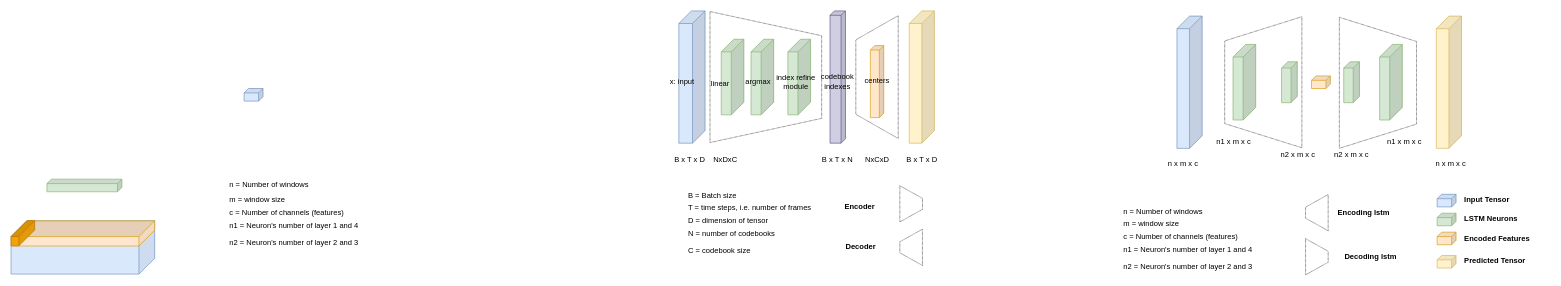
Earlier version of the draw.io diagram autoencoder_lstm.drawio (glynpu/Neural-Network-Architecture-Diagrams). Source tidied: cells renumbered, new cells numbered last; positions are measured from the earlier drawing's top-left corner, leaving out a move shared by most shapes. Both pictures are drawn from the tidied source at 63%, with x=0, y=0 at pixel (10, 11).
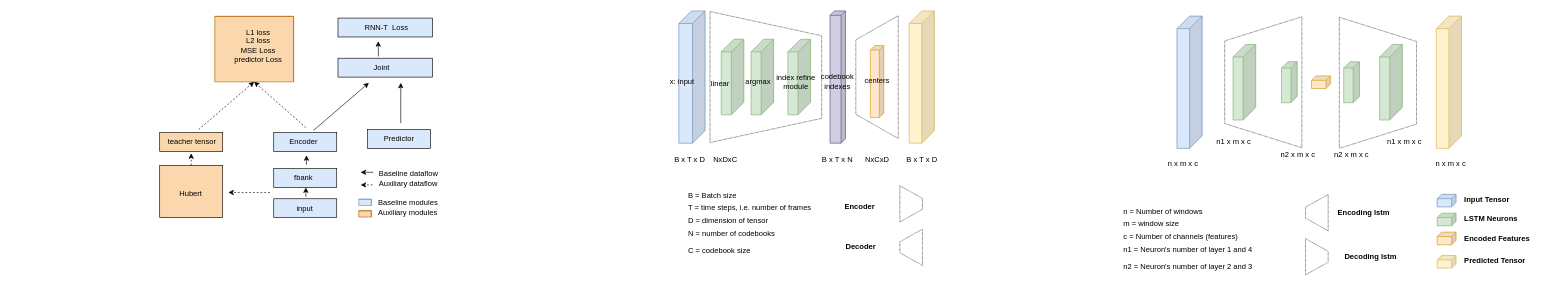
Above is the later version.

Change to the diagram source:
```diff
@@
+    <mxCell id="73" style="rounded=0;whiteSpace=wrap;html=1;labelBackgroundColor=#ffffff;fontSize=12;fontColor=none;fillColor=#DAE8FC;" parent="1" vertex="1">
+      <mxGeometry x="520" y="11.2" width="150" height="30" as="geometry" />
+    </mxCell>
+    <mxCell id="74" style="rounded=0;whiteSpace=wrap;html=1;labelBackgroundColor=#ffffff;fontSize=12;fontColor=none;fillColor=#DAE8FC;" parent="1" vertex="1">
+      <mxGeometry x="520" y="74.9" width="150" height="30" as="geometry" />
+    </mxCell>
+    <mxCell id="75" style="rounded=0;whiteSpace=wrap;html=1;labelBackgroundColor=#ffffff;fontSize=12;fontColor=none;fillColor=#DAE8FC;" parent="1" vertex="1">
+      <mxGeometry x="567" y="188" width="100" height="30" as="geometry" />
+    </mxCell>
@@
-    <mxCell id="36" value="n = Number of windows&amp;nbsp;" style="text;html=1;strokeColor=none;fillColor=none;align=left;verticalAlign=middle;whiteSpace=wrap;rounded=0;dashed=1;dashPattern=1 1;" parent="1" vertex="1">
-      <mxGeometry x="345.8" y="265.9" width="156.5" height="20" as="geometry" />
-    </mxCell>
-    <mxCell id="37" value="m = window size&amp;nbsp;&amp;nbsp;" style="text;html=1;strokeColor=none;fillColor=none;align=left;verticalAlign=middle;whiteSpace=wrap;rounded=0;dashed=1;dashPattern=1 1;" parent="1" vertex="1">
-      <mxGeometry x="345.8" y="290" width="140" height="20" as="geometry" />
-    </mxCell>
-    <mxCell id="38" value="c = Number of channels (features)&amp;nbsp;" style="text;html=1;strokeColor=none;fillColor=none;align=left;verticalAlign=middle;whiteSpace=wrap;rounded=0;dashed=1;dashPattern=1 1;" parent="1" vertex="1">
-      <mxGeometry x="345.8" y="310" width="211" height="20" as="geometry" />
-    </mxCell>
-    <mxCell id="39" value="n1 = Neuron's number of layer 1 and 4&amp;nbsp;" style="text;html=1;strokeColor=none;fillColor=none;align=left;verticalAlign=middle;whiteSpace=wrap;rounded=0;dashed=1;dashPattern=1 1;" parent="1" vertex="1">
-      <mxGeometry x="345.8" y="331" width="221" height="20" as="geometry" />
-    </mxCell>
-    <mxCell id="40" value="n2 = Neuron's number of layer 2 and 3&amp;nbsp;" style="text;html=1;strokeColor=none;fillColor=none;align=left;verticalAlign=middle;whiteSpace=wrap;rounded=0;dashed=1;dashPattern=1 1;" parent="1" vertex="1">
-      <mxGeometry x="345.8" y="358.1" width="221" height="20" as="geometry" />
-    </mxCell>
-    <mxCell id="41" style="shape=cube;whiteSpace=wrap;html=1;boundedLbl=1;backgroundOutline=1;darkOpacity=0.05;darkOpacity2=0.1;fillColor=#dae8fc;direction=east;size=25;flipV=1;flipH=1;rotation=-90;strokeColor=#6c8ebf;" parent="1" vertex="1">
-      <mxGeometry x="72.8" y="261.3" width="84.5" height="228" as="geometry" />
-    </mxCell>
-    <mxCell id="42" style="shape=cube;whiteSpace=wrap;html=1;boundedLbl=1;backgroundOutline=1;darkOpacity=0.05;darkOpacity2=0.1;fillColor=#ffe6cc;direction=east;size=25;flipV=1;flipH=1;rotation=-90;strokeColor=#d79b00;" parent="1" vertex="1">
-      <mxGeometry x="95" y="239" width="40" height="228" as="geometry" />
-    </mxCell>
-    <mxCell id="43" style="shape=cube;whiteSpace=wrap;html=1;boundedLbl=1;backgroundOutline=1;darkOpacity=0.05;darkOpacity2=0.1;fillColor=#f0a30a;direction=east;size=25;flipV=1;flipH=1;rotation=-90;strokeColor=#BD7000;fontColor=#000000;" parent="1" vertex="1">
-      <mxGeometry y="334.2" width="40" height="37" as="geometry" />
-    </mxCell>
-    <mxCell id="44" style="shape=cube;whiteSpace=wrap;html=1;boundedLbl=1;backgroundOutline=1;darkOpacity=0.05;darkOpacity2=0.1;size=7;direction=east;flipH=1;fillColor=#dae8fc;strokeColor=#6c8ebf;" parent="1" vertex="1">
-      <mxGeometry x="371" y="123" width="30" height="20" as="geometry" />
-    </mxCell>
-    <mxCell id="45" style="shape=cube;whiteSpace=wrap;html=1;boundedLbl=1;backgroundOutline=1;darkOpacity=0.05;darkOpacity2=0.1;size=7;direction=east;flipH=1;fillColor=#d5e8d4;strokeColor=#82b366;" parent="1" vertex="1">
-      <mxGeometry x="58" y="266.9" width="119" height="20" as="geometry" />
-    </mxCell>
@@
+    <mxCell id="76" value="&amp;nbsp;Predictor" style="text;html=1;strokeColor=none;fillColor=none;align=center;verticalAlign=middle;whiteSpace=wrap;rounded=0;dashed=1;dashPattern=1 1;" parent="1" vertex="1">
+      <mxGeometry x="579.6" y="193" width="70.8" height="20" as="geometry" />
+    </mxCell>
+    <mxCell id="77" value="Joint" style="text;html=1;strokeColor=none;fillColor=none;align=center;verticalAlign=middle;whiteSpace=wrap;rounded=0;dashed=1;dashPattern=1 1;" parent="1" vertex="1">
+      <mxGeometry x="554" y="79.9" width="70.8" height="20" as="geometry" />
+    </mxCell>
+    <mxCell id="78" value="RNN-T &amp;nbsp;Loss" style="text;html=1;strokeColor=none;fillColor=none;align=center;verticalAlign=middle;whiteSpace=wrap;rounded=0;dashed=1;dashPattern=1 1;" parent="1" vertex="1">
+      <mxGeometry x="543" y="16.2" width="108" height="20" as="geometry" />
+    </mxCell>
+    <mxCell id="79" style="endArrow=classic;html=1;rounded=0;fontSize=12;fontColor=none;" parent="1" edge="1">
+      <mxGeometry relative="1" as="geometry">
+        <mxPoint x="619.6" y="178" as="sourcePoint" />
+        <mxPoint x="619.6" y="114" as="targetPoint" />
+      </mxGeometry>
+    </mxCell>
+    <mxCell id="80" style="shape=cube;whiteSpace=wrap;html=1;boundedLbl=1;backgroundOutline=1;darkOpacity=0.05;darkOpacity2=0.1;fillColor=#fad7ac;direction=east;size=0;flipV=1;flipH=1;rotation=-90;strokeColor=#b46504;" parent="1" vertex="1">
+      <mxGeometry x="335" y="-2.1" width="103.9" height="125.1" as="geometry" />
+    </mxCell>
+    <mxCell id="81" style="endArrow=classic;html=1;rounded=0;fontSize=12;fontColor=none;entryX=0;entryY=0;entryDx=103.9;entryDy=62.565;entryPerimeter=0;dashed=1;" parent="1" edge="1" target="80">
+      <mxGeometry relative="1" as="geometry">
+        <mxPoint x="469" y="185" as="sourcePoint" />
+      </mxGeometry>
+    </mxCell>
+    <mxCell id="82" style="endArrow=classic;html=1;rounded=0;fontSize=12;fontColor=none;dashed=1;entryX=0;entryY=0;entryDx=103.9;entryDy=62.565;entryPerimeter=0;" parent="1" edge="1" target="80">
+      <mxGeometry relative="1" as="geometry">
+        <mxPoint x="299" y="188" as="sourcePoint" />
+      </mxGeometry>
+    </mxCell>
+    <mxCell id="83" value="L1 loss&lt;br&gt;L2 loss&lt;br&gt;MSE Loss&lt;br&gt;predictor Loss" style="text;html=1;strokeColor=none;fillColor=none;align=center;verticalAlign=middle;whiteSpace=wrap;rounded=0;dashed=1;dashPattern=1 1;" parent="1" vertex="1">
+      <mxGeometry x="323.5" y="44.8" width="139" height="20" as="geometry" />
+    </mxCell>
+    <mxCell id="84" style="endArrow=classic;html=1;rounded=0;fontSize=12;fontColor=none;exitX=0;exitY=0;exitDx=0;exitDy=83.25;exitPerimeter=0;" parent="1" edge="1">
+      <mxGeometry relative="1" as="geometry">
+        <mxPoint x="584.2" y="72" as="sourcePoint" />
+        <mxPoint x="583.8" y="48" as="targetPoint" />
+      </mxGeometry>
+    </mxCell>
+    <mxCell id="85" style="shape=cube;whiteSpace=wrap;html=1;boundedLbl=1;backgroundOutline=1;darkOpacity=0.05;darkOpacity2=0.1;fillColor=#fad7ac;direction=east;size=0;flipV=1;flipH=1;rotation=-90;strokeColor=#b46504;" parent="1" vertex="1">
+      <mxGeometry x="558" y="312" width="10" height="20" as="geometry" />
+    </mxCell>
+    <mxCell id="86" style="shape=cube;whiteSpace=wrap;html=1;boundedLbl=1;backgroundOutline=1;darkOpacity=0.05;darkOpacity2=0.1;fillColor=#dae8fc;direction=east;size=0;flipV=1;flipH=1;rotation=-90;strokeColor=#6c8ebf;" parent="1" vertex="1">
+      <mxGeometry x="558" y="293.7" width="10" height="20" as="geometry" />
+    </mxCell>
+    <mxCell id="87" value="Baseline modules" style="text;html=1;strokeColor=none;fillColor=none;align=left;verticalAlign=middle;whiteSpace=wrap;rounded=0;dashed=1;dashPattern=1 1;flipH=1;" parent="1" vertex="1">
+      <mxGeometry x="582" y="293.6" width="156.5" height="20" as="geometry" />
+    </mxCell>
+    <mxCell id="88" value="Auxiliary modules" style="text;html=1;strokeColor=none;fillColor=none;align=left;verticalAlign=middle;whiteSpace=wrap;rounded=0;dashed=1;dashPattern=1 1;flipH=1;" parent="1" vertex="1">
+      <mxGeometry x="582" y="311" width="171" height="20" as="geometry" />
+    </mxCell>
+    <mxCell id="89" style="rounded=0;whiteSpace=wrap;html=1;labelBackgroundColor=#ffffff;fontSize=12;fontColor=none;fillColor=#FAD7AC;" parent="1" vertex="1">
+      <mxGeometry x="237" y="245" width="100" height="83" as="geometry" />
+    </mxCell>
+    <mxCell id="90" style="rounded=0;whiteSpace=wrap;html=1;labelBackgroundColor=#ffffff;fontSize=12;fontColor=none;fillColor=#DAE8FC;" parent="1" vertex="1">
+      <mxGeometry x="418" y="193" width="100" height="30" as="geometry" />
+    </mxCell>
+    <mxCell id="91" style="rounded=0;whiteSpace=wrap;html=1;labelBackgroundColor=#ffffff;fontSize=12;fontColor=none;fillColor=#DAE8FC;" parent="1" vertex="1">
+      <mxGeometry x="418" y="298" width="100" height="30" as="geometry" />
+    </mxCell>
+    <mxCell id="92" style="rounded=0;whiteSpace=wrap;html=1;labelBackgroundColor=#ffffff;fontSize=12;fontColor=none;fillColor=#FAD7AC;" parent="1" vertex="1">
+      <mxGeometry x="237" y="193" width="100" height="30" as="geometry" />
+    </mxCell>
+    <mxCell id="93" value="teacher tensor" style="text;html=1;strokeColor=none;fillColor=none;align=center;verticalAlign=middle;whiteSpace=wrap;rounded=0;dashed=1;dashPattern=1 1;" parent="1" vertex="1">
+      <mxGeometry x="242" y="199.7" width="93" height="16.6" as="geometry" />
+    </mxCell>
+    <mxCell id="94" value="Encoder" style="text;html=1;strokeColor=none;fillColor=none;align=center;verticalAlign=middle;whiteSpace=wrap;rounded=0;dashed=1;dashPattern=1 1;" parent="1" vertex="1">
+      <mxGeometry x="428" y="198" width="75.4" height="20" as="geometry" />
+    </mxCell>
+    <mxCell id="95" style="endArrow=classic;html=1;rounded=0;fontSize=12;fontColor=none;entryX=0;entryY=0;entryDx=103.9;entryDy=62.565;entryPerimeter=0;" parent="1" edge="1">
+      <mxGeometry relative="1" as="geometry">
+        <mxPoint x="481" y="189.6" as="sourcePoint" />
+        <mxPoint x="569" y="114" as="targetPoint" />
+      </mxGeometry>
+    </mxCell>
+    <mxCell id="96" style="endArrow=classic;html=1;rounded=0;fontSize=12;fontColor=none;" parent="1" edge="1">
+      <mxGeometry relative="1" as="geometry">
+        <mxPoint x="470" y="244" as="sourcePoint" />
+        <mxPoint x="470" y="229" as="targetPoint" />
+      </mxGeometry>
+    </mxCell>
+    <mxCell id="97" style="endArrow=classic;html=1;rounded=0;fontSize=12;fontColor=none;dashed=1;" parent="1" edge="1" source="89">
+      <mxGeometry relative="1" as="geometry">
+        <mxPoint x="287" y="226" as="targetPoint" />
+      </mxGeometry>
+    </mxCell>
+    <mxCell id="98" value="Hubert" style="text;html=1;strokeColor=none;fillColor=none;align=center;verticalAlign=middle;whiteSpace=wrap;rounded=0;dashed=1;dashPattern=1 1;" parent="1" vertex="1">
+      <mxGeometry x="242" y="280" width="89" height="20" as="geometry" />
+    </mxCell>
+    <mxCell id="99" style="endArrow=classic;html=1;rounded=0;fontSize=12;fontColor=none;dashed=1;" parent="1" edge="1">
+      <mxGeometry relative="1" as="geometry">
+        <mxPoint x="412" y="288" as="sourcePoint" />
+        <mxPoint x="346" y="288" as="targetPoint" />
+      </mxGeometry>
+    </mxCell>
+    <mxCell id="100" value="input" style="text;html=1;strokeColor=none;fillColor=none;align=center;verticalAlign=middle;whiteSpace=wrap;rounded=0;dashed=1;dashPattern=1 1;" parent="1" vertex="1">
+      <mxGeometry x="421" y="305.7" width="93" height="16.6" as="geometry" />
+    </mxCell>
+    <mxCell id="101" style="endArrow=classic;html=1;rounded=0;fontSize=12;fontColor=none;" parent="1" edge="1">
+      <mxGeometry relative="1" as="geometry">
+        <mxPoint x="469" y="295" as="sourcePoint" />
+        <mxPoint x="469" y="280" as="targetPoint" />
+      </mxGeometry>
+    </mxCell>
+    <mxCell id="102" style="rounded=0;whiteSpace=wrap;html=1;labelBackgroundColor=#ffffff;fontSize=12;fontColor=none;fillColor=#DAE8FC;" parent="1" vertex="1">
+      <mxGeometry x="418" y="250" width="100" height="30" as="geometry" />
+    </mxCell>
+    <mxCell id="103" value="fbank" style="text;html=1;strokeColor=none;fillColor=none;align=center;verticalAlign=middle;whiteSpace=wrap;rounded=0;dashed=1;dashPattern=1 1;" parent="1" vertex="1">
+      <mxGeometry x="428" y="255" width="75.4" height="20" as="geometry" />
+    </mxCell>
+    <mxCell id="104" style="endArrow=classic;html=1;rounded=0;fontSize=12;fontColor=none;dashed=1;" parent="1" edge="1">
+      <mxGeometry relative="1" as="geometry">
+        <mxPoint x="575" y="276" as="sourcePoint" />
+        <mxPoint x="556" y="276" as="targetPoint" />
+      </mxGeometry>
+    </mxCell>
+    <mxCell id="105" style="endArrow=classic;html=1;rounded=0;fontSize=12;fontColor=none;" parent="1" edge="1">
+      <mxGeometry relative="1" as="geometry">
+        <mxPoint x="576" y="256" as="sourcePoint" />
+        <mxPoint x="556" y="256" as="targetPoint" />
+      </mxGeometry>
+    </mxCell>
+    <mxCell id="106" value="Baseline dataflow" style="text;html=1;strokeColor=none;fillColor=none;align=left;verticalAlign=middle;whiteSpace=wrap;rounded=0;dashed=1;dashPattern=1 1;flipH=1;" parent="1" vertex="1">
+      <mxGeometry x="583" y="247.6" width="156.5" height="20" as="geometry" />
+    </mxCell>
+    <mxCell id="107" value="Auxiliary dataflow" style="text;html=1;strokeColor=none;fillColor=none;align=left;verticalAlign=middle;whiteSpace=wrap;rounded=0;dashed=1;dashPattern=1 1;flipH=1;" parent="1" vertex="1">
+      <mxGeometry x="583" y="265" width="171" height="20" as="geometry" />
+    </mxCell>
```
